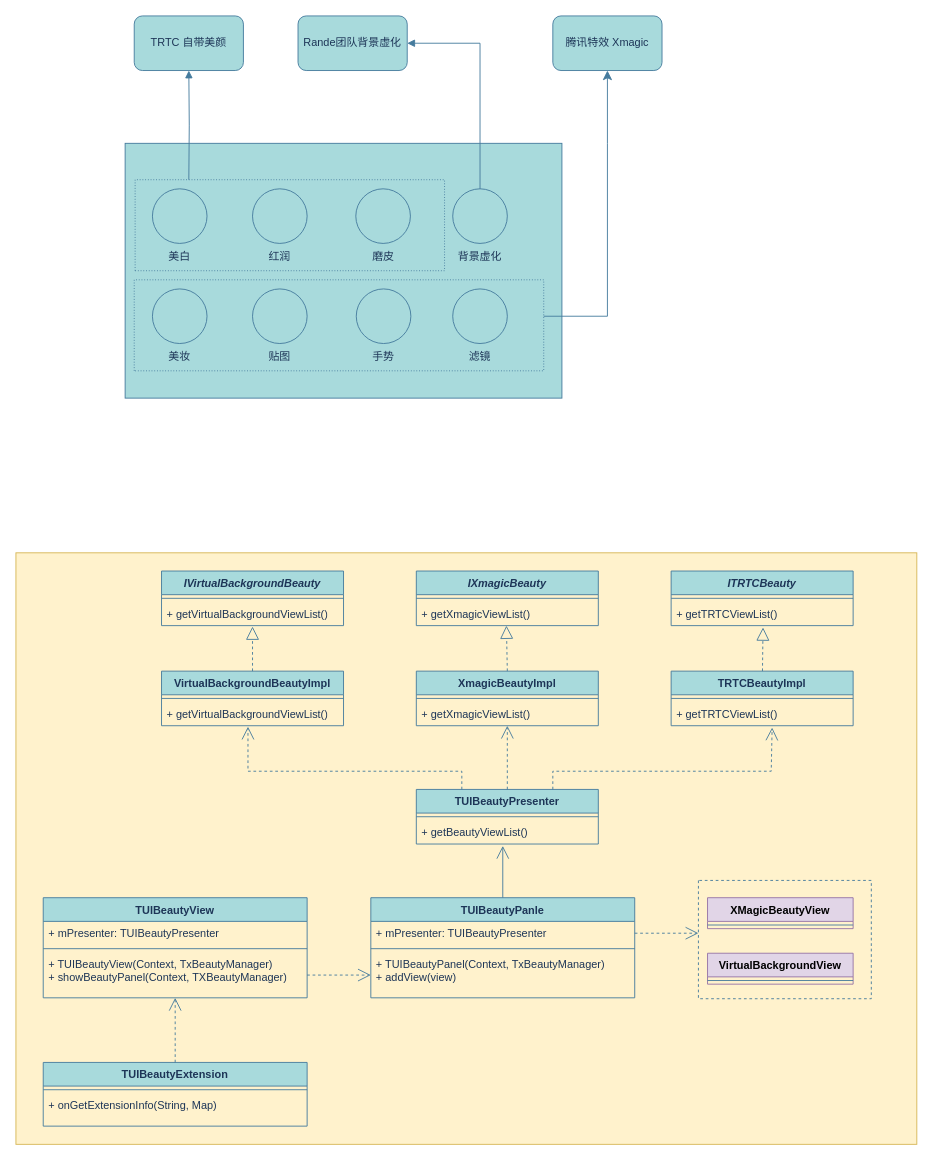
Above: diagrams/TUIBeauty.drawio in paopaosecret/resources (draw.io), before the change. Source tidied: cells renumbered, new cells numbered last; positions are measured from the earlier drawing's top-left corner, leaving out a move shared by most shapes. Both pictures are drawn from the tidied source at 91%, with x=0, y=0 at pixel (15, 15).
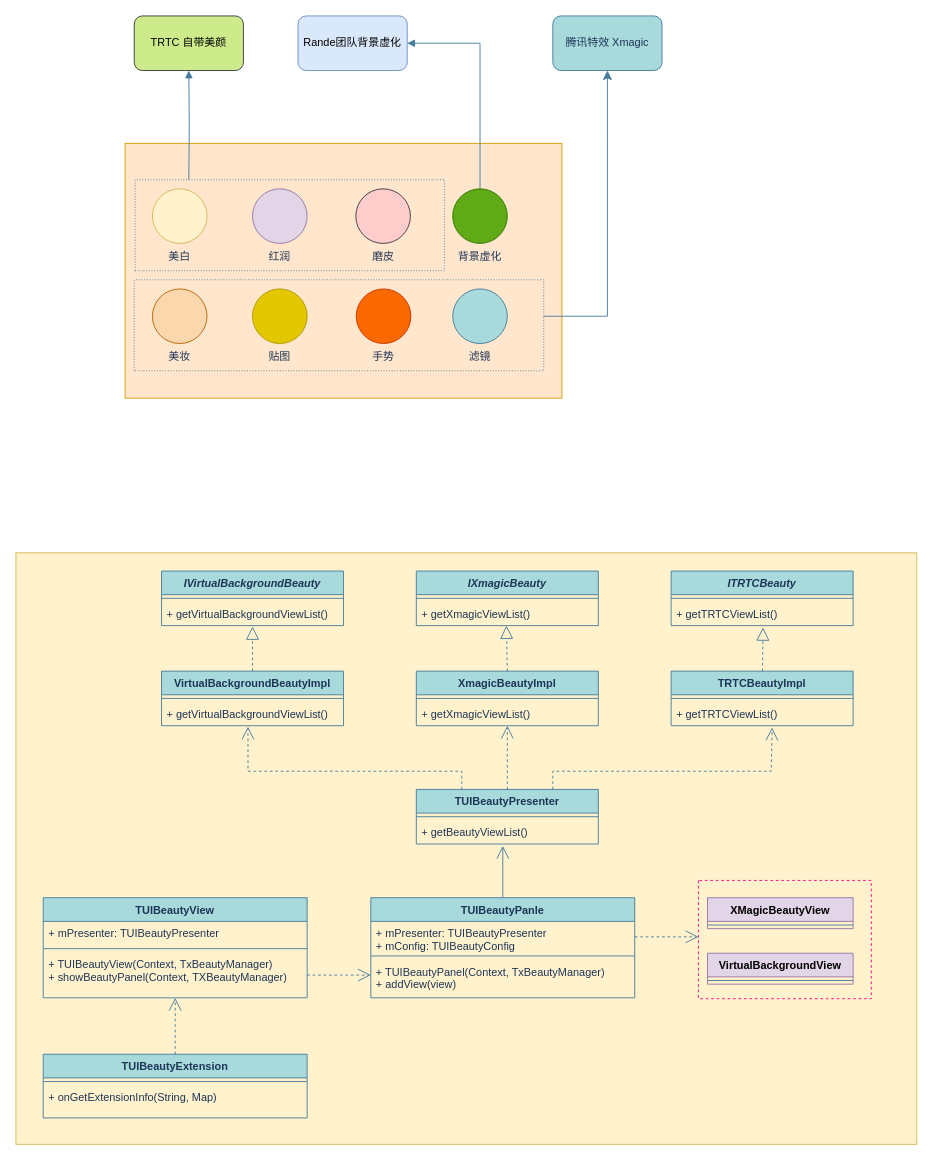
The same page after the edit.

The change refers to these unchanged cells:
```xml
<mxCell id="60" value="+ TUIBeautyView(Context, TxBeautyManager)&lt;br&gt;+ showBeautyPanel(Context, TXBeautyManager)" style="text;strokeColor=none;fillColor=none;align=left;verticalAlign=top;spacingLeft=4;spacingRight=4;overflow=hidden;points=[[0,0.5],[1,0.5]];portConstraint=eastwest;whiteSpace=wrap;html=1;labelBackgroundColor=none;fontColor=#1D3557;" parent="57" vertex="1">
  <mxGeometry y="60" width="290" height="50" as="geometry" />
</mxCell>
<mxCell id="65" value="TUIBeautyPanle" style="swimlane;fontStyle=1;align=center;verticalAlign=top;horizontal=1;startSize=26;whiteSpace=wrap;html=1;labelBackgroundColor=none;fillColor=#A8DADC;strokeColor=#457B9D;fontColor=#1D3557;" parent="1" vertex="1">
  <mxGeometry x="390" y="969" width="290" height="110" as="geometry" />
</mxCell>
```

Diff of the diagram source:
```diff
@@
-    <mxCell id="3" style="rounded=0;whiteSpace=wrap;html=1;fillColor=#A8DADC;strokeColor=#457B9D;labelBackgroundColor=none;fontColor=#1D3557;" parent="1" vertex="1">
+    <mxCell id="3" style="rounded=0;whiteSpace=wrap;html=1;fillColor=#ffe6cc;strokeColor=#d79b00;labelBackgroundColor=none;" parent="1" vertex="1">
       <mxGeometry x="120" y="140" width="480" height="280" as="geometry" />
     </mxCell>
-    <mxCell id="4" style="ellipse;whiteSpace=wrap;html=1;labelBackgroundColor=none;fillColor=#A8DADC;strokeColor=#457B9D;fontColor=#1D3557;" parent="1" vertex="1">
+    <mxCell id="4" style="ellipse;whiteSpace=wrap;html=1;labelBackgroundColor=none;fillColor=#fff2cc;strokeColor=#d6b656;" parent="1" vertex="1">
       <mxGeometry x="150" y="190" width="60" height="60" as="geometry" />
     </mxCell>
-    <mxCell id="5" style="ellipse;whiteSpace=wrap;html=1;fillColor=#A8DADC;fontColor=#1D3557;strokeColor=#457B9D;labelBackgroundColor=none;" parent="1" vertex="1">
+    <mxCell id="5" style="ellipse;whiteSpace=wrap;html=1;fillColor=#e1d5e7;strokeColor=#9673a6;labelBackgroundColor=none;" parent="1" vertex="1">
       <mxGeometry x="260" y="190" width="60" height="60" as="geometry" />
     </mxCell>
-    <mxCell id="6" style="ellipse;whiteSpace=wrap;html=1;fillColor=#A8DADC;strokeColor=#457B9D;labelBackgroundColor=none;fontColor=#1D3557;" parent="1" vertex="1">
+    <mxCell id="6" style="ellipse;whiteSpace=wrap;html=1;fillColor=#fa6800;strokeColor=#C73500;labelBackgroundColor=none;fontColor=#000000;" parent="1" vertex="1">
       <mxGeometry x="374" y="300" width="60" height="60" as="geometry" />
     </mxCell>
-    <mxCell id="7" style="ellipse;whiteSpace=wrap;html=1;fillColor=#A8DADC;strokeColor=#457B9D;labelBackgroundColor=none;fontColor=#1D3557;" parent="1" vertex="1">
+    <mxCell id="7" style="ellipse;whiteSpace=wrap;html=1;fillColor=#60a917;strokeColor=#2D7600;labelBackgroundColor=none;fontColor=#ffffff;" parent="1" vertex="1">
       <mxGeometry x="480" y="190" width="60" height="60" as="geometry" />
     </mxCell>
-    <mxCell id="8" style="ellipse;whiteSpace=wrap;html=1;fillColor=#A8DADC;strokeColor=#457B9D;labelBackgroundColor=none;fontColor=#1D3557;" parent="1" vertex="1">
+    <mxCell id="8" style="ellipse;whiteSpace=wrap;html=1;fillColor=#fad7ac;strokeColor=#b46504;labelBackgroundColor=none;" parent="1" vertex="1">
       <mxGeometry x="150" y="300" width="60" height="60" as="geometry" />
     </mxCell>
-    <mxCell id="9" style="ellipse;whiteSpace=wrap;html=1;fillColor=#A8DADC;strokeColor=#457B9D;labelBackgroundColor=none;fontColor=#1D3557;" parent="1" vertex="1">
+    <mxCell id="9" style="ellipse;whiteSpace=wrap;html=1;fillColor=#e3c800;strokeColor=#B09500;labelBackgroundColor=none;fontColor=#000000;" parent="1" vertex="1">
       <mxGeometry x="260" y="300" width="60" height="60" as="geometry" />
     </mxCell>
-    <mxCell id="10" style="ellipse;whiteSpace=wrap;html=1;fillColor=#A8DADC;strokeColor=#457B9D;labelBackgroundColor=none;fontColor=#1D3557;" parent="1" vertex="1">
+    <mxCell id="10" style="ellipse;whiteSpace=wrap;html=1;fillColor=#ffcccc;strokeColor=#36393d;labelBackgroundColor=none;" parent="1" vertex="1">
       <mxGeometry x="373.5" y="190" width="60" height="60" as="geometry" />
     </mxCell>
@@
-    <mxCell id="12" value="TRTC 自带美颜" style="rounded=1;whiteSpace=wrap;html=1;fillColor=#A8DADC;fontColor=#1D3557;strokeColor=#457B9D;labelBackgroundColor=none;" parent="1" vertex="1">
+    <mxCell id="12" value="TRTC 自带美颜" style="rounded=1;whiteSpace=wrap;html=1;fillColor=#cdeb8b;strokeColor=#36393d;labelBackgroundColor=none;" parent="1" vertex="1">
       <mxGeometry x="130" width="120" height="60" as="geometry" />
     </mxCell>
-    <mxCell id="13" value="Rande团队背景虚化" style="rounded=1;whiteSpace=wrap;html=1;fillColor=#A8DADC;strokeColor=#457B9D;fontColor=#1D3557;labelBackgroundColor=none;" parent="1" vertex="1">
+    <mxCell id="13" value="Rande团队背景虚化" style="rounded=1;whiteSpace=wrap;html=1;fillColor=#dae8fc;strokeColor=#6c8ebf;labelBackgroundColor=none;" parent="1" vertex="1">
       <mxGeometry x="310" width="120" height="60" as="geometry" />
     </mxCell>
@@
     <mxCell id="61" value="TUIBeautyExtension" style="swimlane;fontStyle=1;align=center;verticalAlign=top;horizontal=1;startSize=26;whiteSpace=wrap;html=1;labelBackgroundColor=none;fillColor=#A8DADC;strokeColor=#457B9D;fontColor=#1D3557;" parent="1" vertex="1">
-      <mxGeometry x="30" y="1150" width="290" height="70" as="geometry" />
+      <mxGeometry x="30" y="1141" width="290" height="70" as="geometry" />
     </mxCell>
@@
-    <mxCell id="66" value="+ mPresenter: TUIBeautyPresenter" style="text;strokeColor=none;fillColor=none;align=left;verticalAlign=top;spacingLeft=4;spacingRight=4;overflow=hidden;points=[[0,0.5],[1,0.5]];portConstraint=eastwest;whiteSpace=wrap;html=1;labelBackgroundColor=none;fontColor=#1D3557;" parent="65" vertex="1">
-      <mxGeometry y="26" width="290" height="26" as="geometry" />
+    <mxCell id="66" value="+ mPresenter: TUIBeautyPresenter&lt;br&gt;+ mConfig: TUIBeautyConfig" style="text;strokeColor=none;fillColor=none;align=left;verticalAlign=top;spacingLeft=4;spacingRight=4;overflow=hidden;points=[[0,0.5],[1,0.5]];portConstraint=eastwest;whiteSpace=wrap;html=1;labelBackgroundColor=none;fontColor=#1D3557;" parent="65" vertex="1">
+      <mxGeometry y="26" width="290" height="34" as="geometry" />
     </mxCell>
     <mxCell id="67" style="line;strokeWidth=1;fillColor=none;align=left;verticalAlign=middle;spacingTop=-1;spacingLeft=3;spacingRight=3;labelPosition=right;strokeColor=#457B9D;labelBackgroundColor=none;fontColor=#1D3557;" parent="65" vertex="1">
-      <mxGeometry y="52" width="290" height="8" as="geometry" />
+      <mxGeometry y="60" width="290" height="8" as="geometry" />
     </mxCell>
-    <mxCell id="68" value="+ TUIBeautyPanel(Context, TxBeautyManager)&lt;br&gt;+ addView(view)" style="text;strokeColor=none;fillColor=none;align=left;verticalAlign=top;spacingLeft=4;spacingRight=4;overflow=hidden;points=[[0,0.5],[1,0.5]];portConstraint=eastwest;whiteSpace=wrap;html=1;labelBackgroundColor=none;fontColor=#1D3557;" parent="65" vertex="1">
-      <mxGeometry y="60" width="290" height="50" as="geometry" />
+    <mxCell id="68" value="+ TUIBeautyPanel(Context, TxBeautyManager)&lt;br&gt;+ addView(view)&lt;br&gt;" style="text;strokeColor=none;fillColor=none;align=left;verticalAlign=top;spacingLeft=4;spacingRight=4;overflow=hidden;points=[[0,0.5],[1,0.5]];portConstraint=eastwest;whiteSpace=wrap;html=1;labelBackgroundColor=none;fontColor=#1D3557;" parent="65" vertex="1">
+      <mxGeometry y="68" width="290" height="42" as="geometry" />
     </mxCell>
@@
-    <mxCell id="70" style="endArrow=open;endSize=12;dashed=1;html=1;rounded=0;exitX=1;exitY=0.5;exitDx=0;exitDy=0;entryX=0;entryY=0.5;entryDx=0;entryDy=0;labelBackgroundColor=none;strokeColor=#457B9D;fontColor=default;" parent="1" edge="1" source="60" target="68">
-      <mxGeometry relative="1" as="geometry" />
+    <mxCell id="70" style="endArrow=open;endSize=12;dashed=1;html=1;rounded=0;exitX=1;exitY=0.5;exitDx=0;exitDy=0;labelBackgroundColor=none;strokeColor=#457B9D;fontColor=default;" parent="1" edge="1" source="60">
+      <mxGeometry relative="1" as="geometry">
+        <mxPoint x="390" y="1054" as="targetPoint" />
+      </mxGeometry>
     </mxCell>
@@
-    <mxCell id="75" style="endArrow=none;dashed=1;html=1;rounded=0;strokeColor=#457B9D;fontColor=#1D3557;fillColor=#A8DADC;" parent="1" edge="1">
+    <mxCell id="75" style="endArrow=none;dashed=1;html=1;rounded=0;strokeColor=#FF0080;fontColor=#1D3557;fillColor=#A8DADC;" parent="1" edge="1">
       <mxGeometry relative="1" as="geometry">
         <mxPoint x="750" y="950" as="sourcePoint" />
         <mxPoint x="750" y="950" as="targetPoint" />
         <Array as="points">
           <mxPoint x="750" y="1010" />
           <mxPoint x="750" y="1080" />
           <mxPoint x="940" y="1080" />
           <mxPoint x="940" y="950" />
         </Array>
       </mxGeometry>
     </mxCell>
     <mxCell id="76" style="endArrow=open;endSize=12;dashed=1;html=1;rounded=0;exitX=1;exitY=0.5;exitDx=0;exitDy=0;labelBackgroundColor=none;strokeColor=#457B9D;fontColor=default;" parent="1" edge="1" source="66">
       <mxGeometry relative="1" as="geometry">
-        <mxPoint x="750" y="1008" as="targetPoint" />
+        <mxPoint x="750" y="1012" as="targetPoint" />
       </mxGeometry>
     </mxCell>
```
